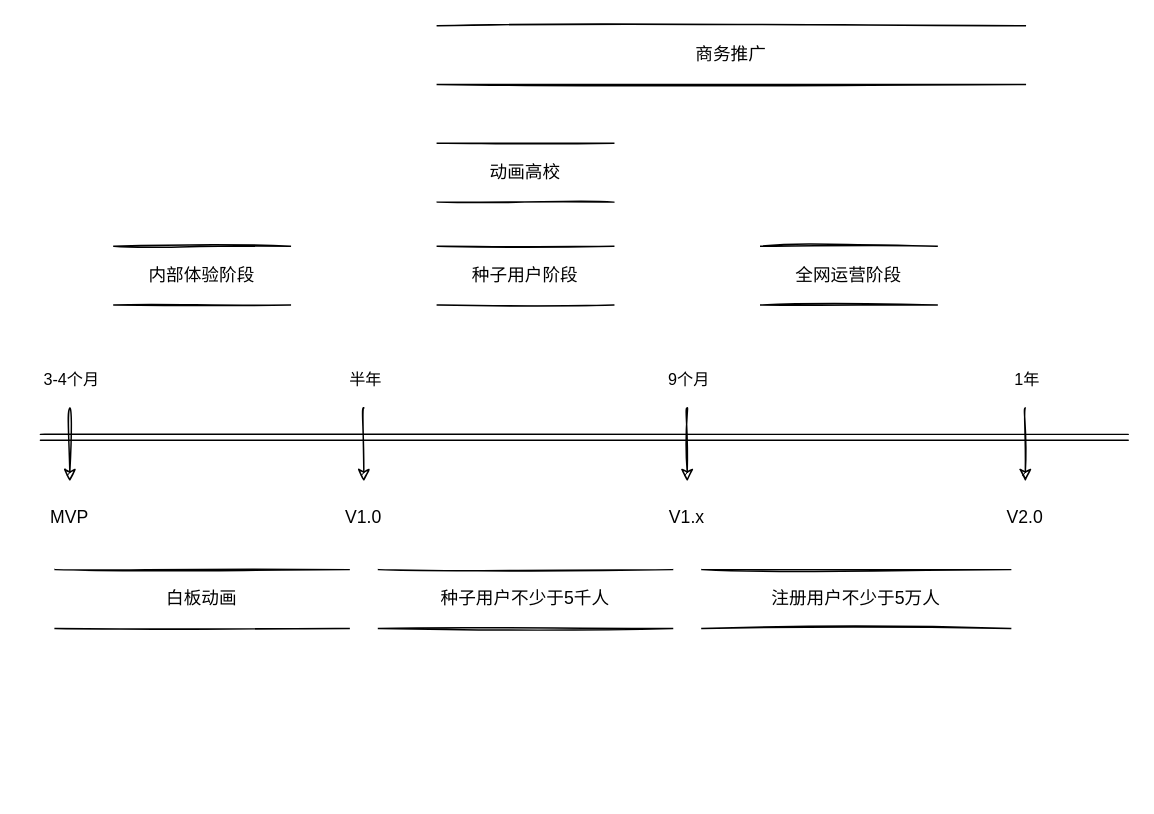
Before: aidonghua4 Diagram.drawio in chankamlam/demo, a draw.io diagram. Source tidied: cells renumbered, new cells numbered last; positions are measured from the earlier drawing's top-left corner, leaving out a move shared by most shapes. Both pictures are drawn from the tidied source at 147%, with x=0, y=0 at pixel (25, 25).
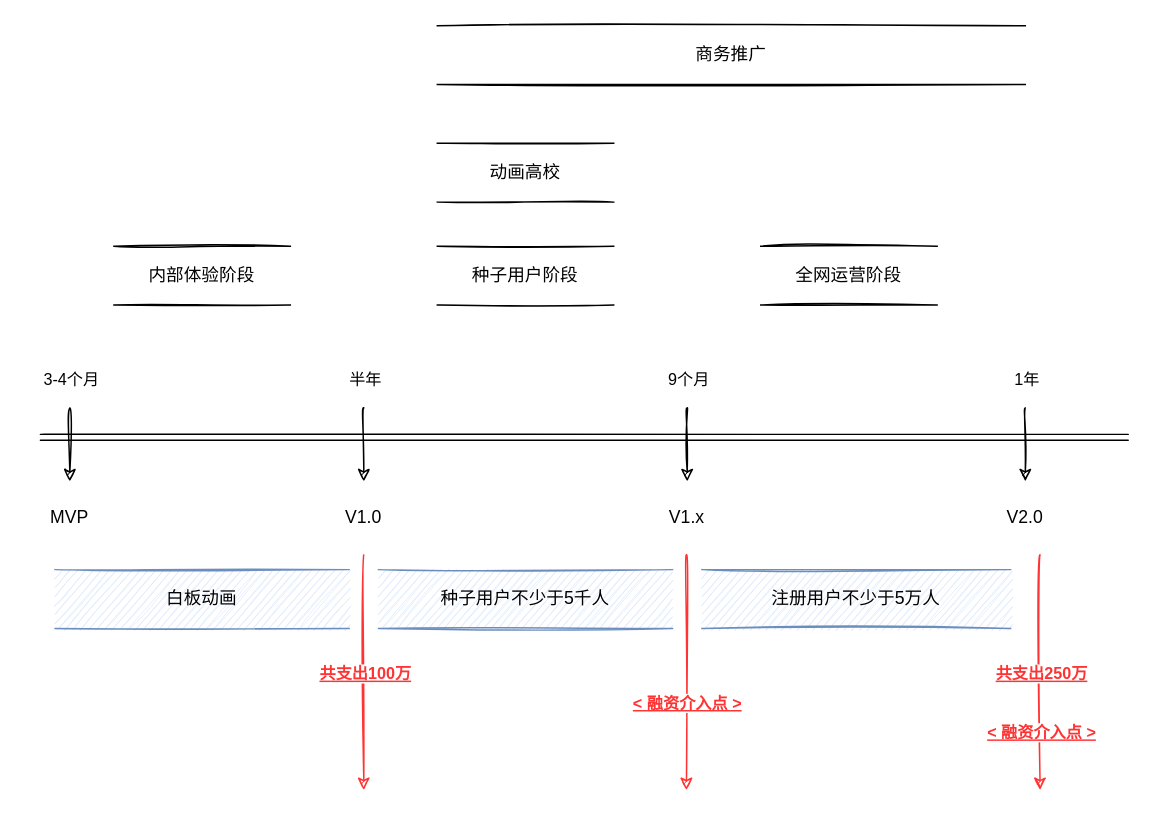
Above is the later version.

Diff of the diagram source:
```diff
@@
-    <mxCell id="19" value="白板动画" style="shape=partialRectangle;whiteSpace=wrap;html=1;left=0;right=0;fillColor=none;sketch=1;" parent="1" vertex="1">
+    <mxCell id="19" value="白板动画" style="shape=partialRectangle;whiteSpace=wrap;html=1;left=0;right=0;fillColor=#dae8fc;sketch=1;strokeColor=#6c8ebf;" parent="1" vertex="1">
       <mxGeometry x="20" y="370" width="200" height="40" as="geometry" />
     </mxCell>
@@
-    <mxCell id="21" value="种子用户不少于5千人" style="shape=partialRectangle;whiteSpace=wrap;html=1;left=0;right=0;fillColor=none;sketch=1;" parent="1" vertex="1">
+    <mxCell id="21" value="种子用户不少于5千人" style="shape=partialRectangle;whiteSpace=wrap;html=1;left=0;right=0;fillColor=#dae8fc;sketch=1;strokeColor=#6c8ebf;" parent="1" vertex="1">
       <mxGeometry x="240" y="370" width="200" height="40" as="geometry" />
     </mxCell>
-    <mxCell id="22" value="注册用户不少于5万人" style="shape=partialRectangle;whiteSpace=wrap;html=1;left=0;right=0;fillColor=none;sketch=1;" parent="1" vertex="1">
+    <mxCell id="22" value="注册用户不少于5万人" style="shape=partialRectangle;whiteSpace=wrap;html=1;left=0;right=0;fillColor=#dae8fc;sketch=1;strokeColor=#6c8ebf;" parent="1" vertex="1">
       <mxGeometry x="460" y="370" width="210" height="40" as="geometry" />
     </mxCell>
+    <mxCell id="23" style="endArrow=classic;html=1;rounded=0;sketch=1;curved=1;strokeColor=#FF3333;" parent="1" edge="1">
+      <mxGeometry relative="1" as="geometry">
+        <mxPoint x="230" y="360" as="sourcePoint" />
+        <mxPoint x="230" y="520" as="targetPoint" />
+      </mxGeometry>
+    </mxCell>
+    <mxCell id="24" value="共支出100万" style="edgeLabel;html=1;align=center;verticalAlign=middle;fontStyle=5;fontColor=#FF3333;" parent="23" vertex="1">
+      <mxGeometry x="0.45" y="1" relative="1" as="geometry">
+        <mxPoint x="-1" y="-36" as="offset" />
+      </mxGeometry>
+    </mxCell>
+    <mxCell id="25" style="endArrow=classic;html=1;rounded=0;sketch=1;curved=1;strokeColor=#FF3333;" parent="1" edge="1">
+      <mxGeometry relative="1" as="geometry">
+        <mxPoint x="449.5" y="360" as="sourcePoint" />
+        <mxPoint x="449.5" y="520" as="targetPoint" />
+      </mxGeometry>
+    </mxCell>
+    <mxCell id="26" value="&amp;lt; 融资介入点 &amp;gt;" style="edgeLabel;html=1;align=center;verticalAlign=middle;fontStyle=5;fontColor=#FF3333;" parent="25" vertex="1">
+      <mxGeometry x="0.45" y="1" relative="1" as="geometry">
+        <mxPoint x="-1" y="-16" as="offset" />
+      </mxGeometry>
+    </mxCell>
+    <mxCell id="27" style="endArrow=classic;html=1;rounded=0;sketch=1;curved=1;strokeColor=#FF3333;" parent="1" edge="1">
+      <mxGeometry relative="1" as="geometry">
+        <mxPoint x="690" y="360" as="sourcePoint" />
+        <mxPoint x="690" y="520" as="targetPoint" />
+      </mxGeometry>
+    </mxCell>
+    <mxCell id="28" value="共支出250万" style="edgeLabel;html=1;align=center;verticalAlign=middle;fontStyle=5;fontColor=#FF3333;" parent="27" vertex="1">
+      <mxGeometry x="0.45" y="1" relative="1" as="geometry">
+        <mxPoint x="-1" y="-36" as="offset" />
+      </mxGeometry>
+    </mxCell>
+    <mxCell id="29" value="&amp;lt; 融资介入点 &amp;gt;" style="edgeLabel;html=1;align=center;verticalAlign=middle;fontStyle=5;fontColor=#FF3333;" parent="1" vertex="1">
+      <mxGeometry x="690" y="480" as="geometry" />
+    </mxCell>
```
